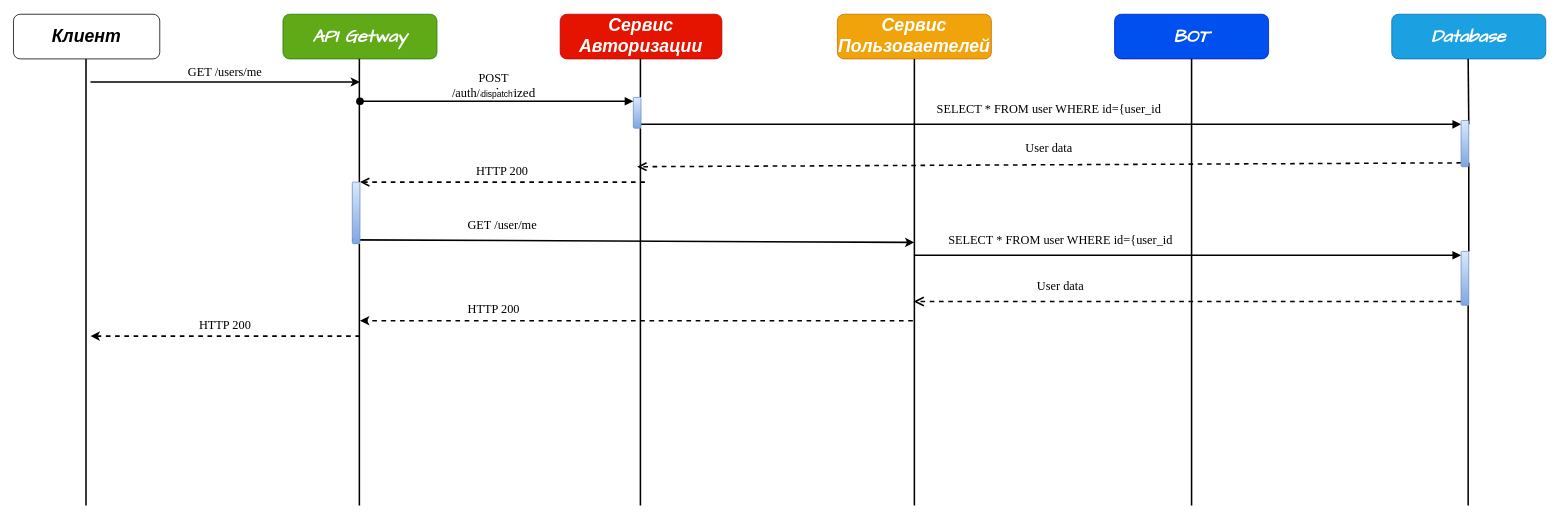
Above: backend/docs/SequenceDiagram.drawio in demonuchy/BeregDonaAppV2 (draw.io), before the change. Source tidied: cells renumbered, new cells numbered last; positions are measured from the earlier drawing's top-left corner, leaving out a move shared by most shapes. Both pictures are drawn from the tidied source at 77%, with x=0, y=0 at pixel (13, 14).
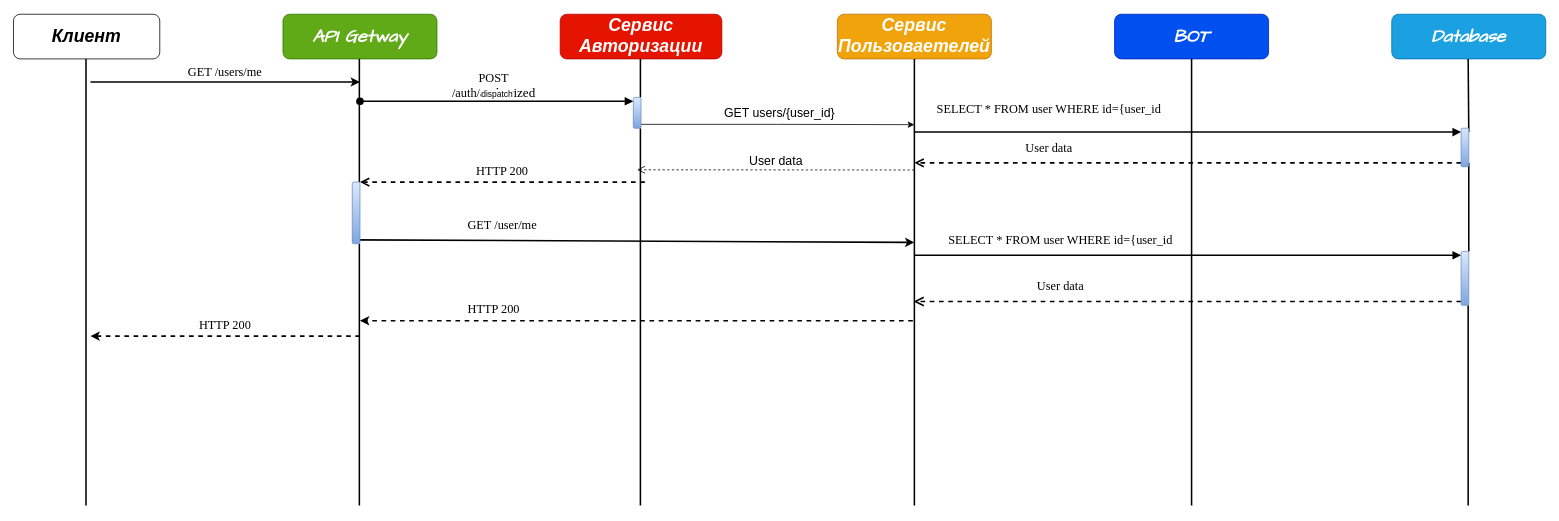
The same diagram, later.

Unchanged cells that the change refers to:
```xml
<mxCell id="41" style="html=1;points=[[0,0,0,0,5],[0,1,0,0,-5],[1,0,0,0,5],[1,1,0,0,-5]];perimeter=orthogonalPerimeter;outlineConnect=0;targetShapes=umlLifeline;portConstraint=eastwest;newEdgeStyle={&quot;curved&quot;:0,&quot;rounded&quot;:0};rounded=1;fillColor=#dae8fc;gradientColor=#7ea6e0;strokeColor=#6c8ebf;" parent="1" vertex="1">
  <mxGeometry x="805" y="108" width="10" height="40" as="geometry" />
</mxCell>
```

The edit, as a diff of the source:
```diff
@@
-    <mxCell id="28" style="html=1;verticalAlign=bottom;endArrow=block;rounded=0;entryX=0;entryY=0;entryDx=0;entryDy=5;exitX=1;exitY=1;exitDx=0;exitDy=-5;exitPerimeter=0;strokeWidth=2;" parent="1" edge="1" source="41" target="31">
-      <mxGeometry x="0.1" y="35" relative="1" as="geometry" />
+    <mxCell id="28" style="html=1;verticalAlign=bottom;endArrow=block;rounded=0;entryX=0;entryY=0;entryDx=0;entryDy=5;strokeWidth=2;" parent="1" edge="1" target="31">
+      <mxGeometry x="0.1" y="35" relative="1" as="geometry">
+        <mxPoint x="1170" y="153" as="sourcePoint" />
+      </mxGeometry>
     </mxCell>
     <mxCell id="29" style="html=1;verticalAlign=bottom;endArrow=open;dashed=1;endSize=8;curved=0;rounded=0;exitX=0;exitY=1;exitDx=0;exitDy=-5;exitPerimeter=0;strokeWidth=2;" parent="1" edge="1" source="31">
       <mxGeometry x="-0.09" y="-35" relative="1" as="geometry">
-        <mxPoint x="810" y="198" as="targetPoint" />
+        <mxPoint x="1170" y="193" as="targetPoint" />
       </mxGeometry>
     </mxCell>
@@
     <mxCell id="31" style="html=1;points=[[0,0,0,0,5],[0,1,0,0,-5],[1,0,0,0,5],[1,1,0,0,-5]];perimeter=orthogonalPerimeter;outlineConnect=0;targetShapes=umlLifeline;portConstraint=eastwest;newEdgeStyle={&quot;curved&quot;:0,&quot;rounded&quot;:0};rounded=1;fillColor=#dae8fc;gradientColor=#7ea6e0;strokeColor=#6c8ebf;" parent="1" vertex="1">
-      <mxGeometry x="1880" y="138" width="10" height="60" as="geometry" />
+      <mxGeometry x="1880" y="148" width="10" height="50" as="geometry" />
     </mxCell>
@@
+    <mxCell id="42" style="edgeStyle=orthogonalEdgeStyle;rounded=0;jettySize=auto;html=1;curved=0;exitX=1;exitY=1;exitDx=0;exitDy=-5;exitPerimeter=0;" parent="1" edge="1" source="41">
+      <mxGeometry relative="1" as="geometry">
+        <mxPoint x="1170" y="143.4" as="targetPoint" />
+      </mxGeometry>
+    </mxCell>
@@
+    <mxCell id="43" value="&lt;font style=&quot;font-size: 16px;&quot;&gt;GET users/{user_id}&lt;/font&gt;" style="text;html=1;whiteSpace=wrap;strokeColor=none;fillColor=none;align=center;verticalAlign=middle;rounded=0;" parent="1" vertex="1">
+      <mxGeometry x="900" y="113" width="190" height="30" as="geometry" />
+    </mxCell>
+    <mxCell id="44" value="&lt;font style=&quot;font-size: 16px;&quot;&gt;User data&lt;/font&gt;" style="html=1;verticalAlign=bottom;endArrow=open;dashed=1;endSize=8;curved=0;rounded=0;" parent="1" edge="1">
+      <mxGeometry relative="1" as="geometry">
+        <mxPoint x="1170" y="202.3" as="sourcePoint" />
+        <mxPoint x="810" y="202" as="targetPoint" />
+      </mxGeometry>
+    </mxCell>
```
